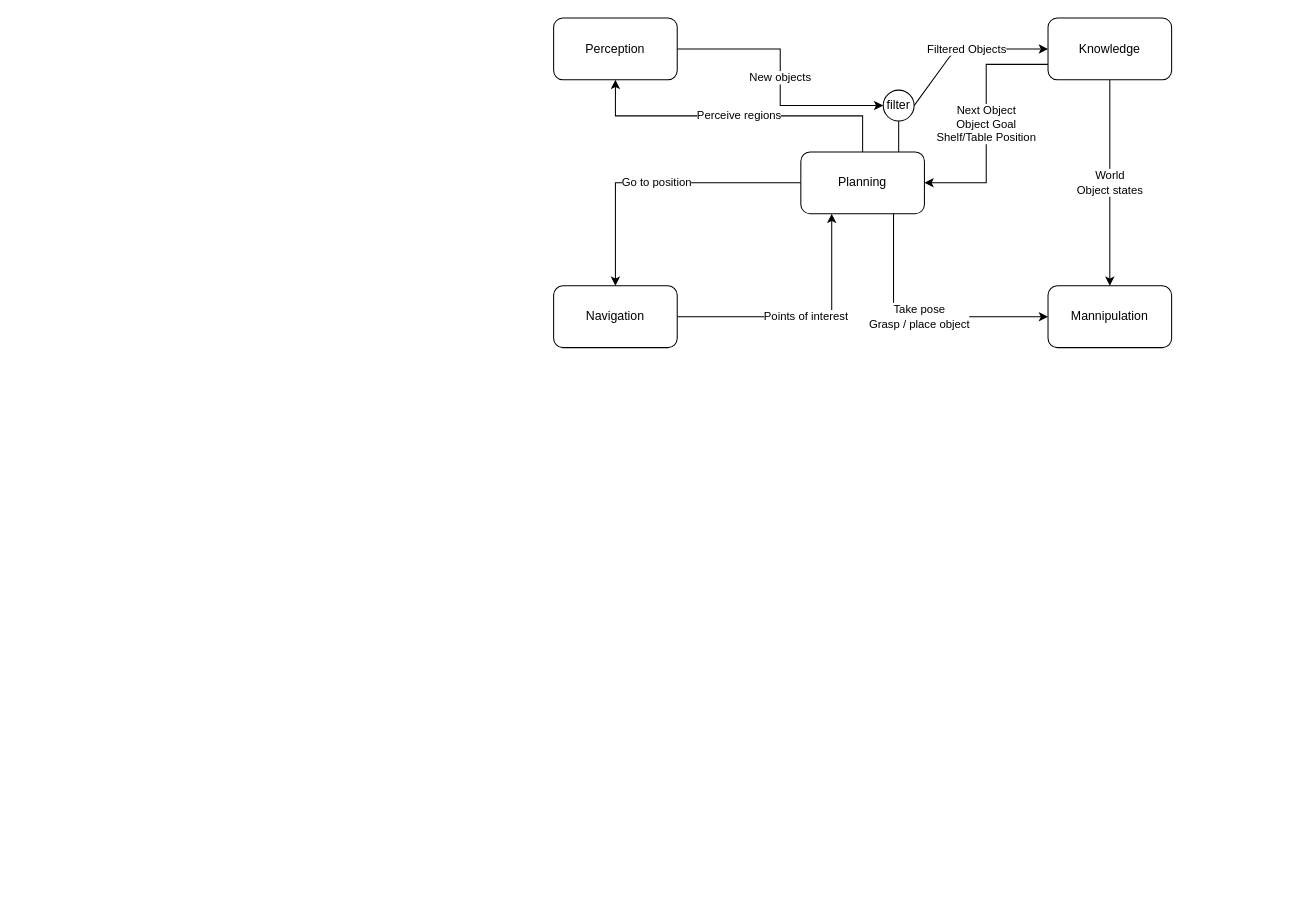
Before: diagramms/Overview.drawio in SUTURO/suturo_resources, a draw.io diagram. Source tidied: cells renumbered, new cells numbered last; positions are measured from the earlier drawing's top-left corner, leaving out a move shared by most shapes. Both pictures are drawn from the tidied source at 103%, with x=0, y=0 at pixel (553, 18).
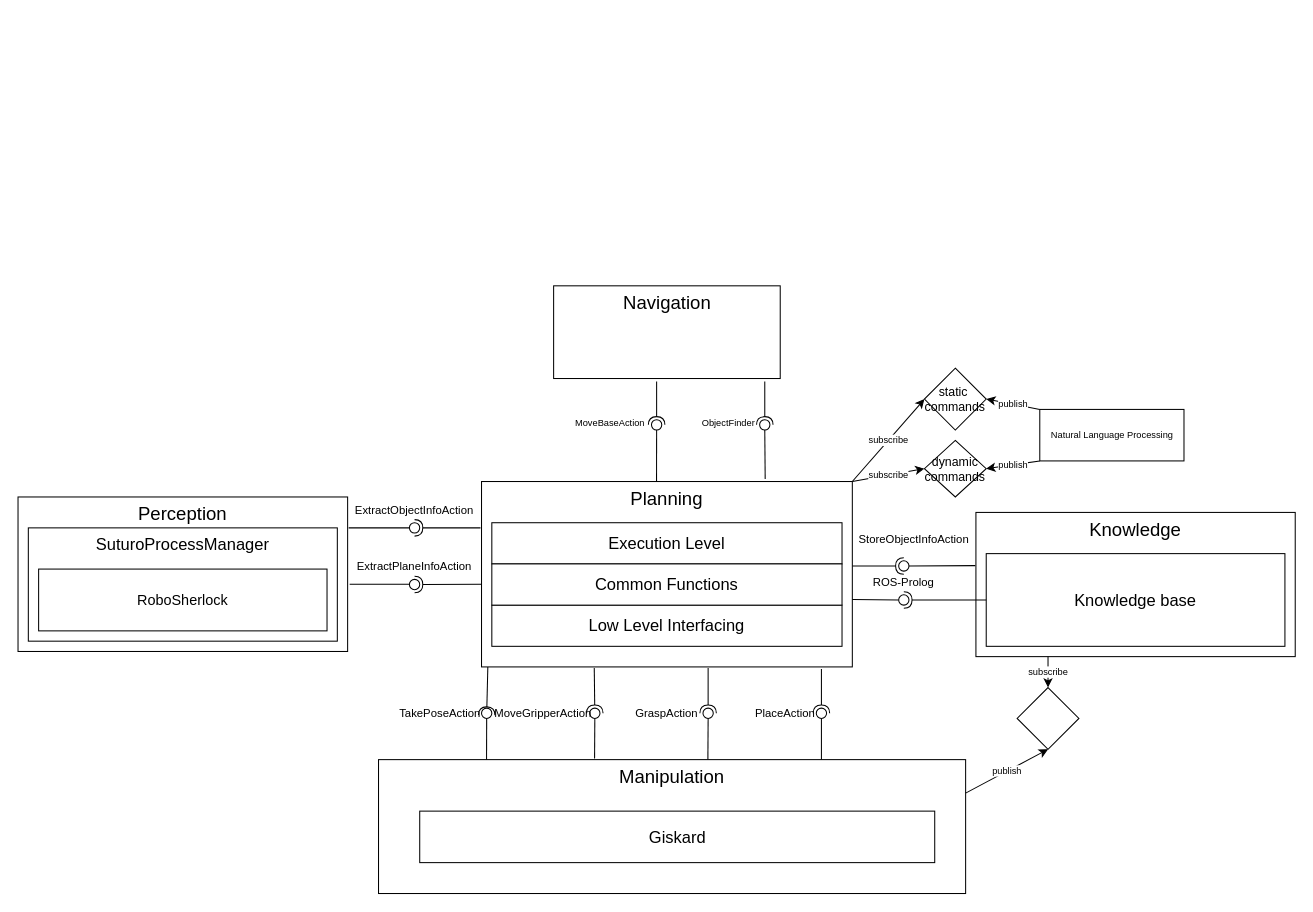
The same diagram, later.

Commit message (it also covers changes not shown here):
modified the architecture diagram, added a diagram for planning function doku

Change to the diagram source:
```diff
@@
-    <mxCell id="2" value="Go to position" style="edgeStyle=orthogonalEdgeStyle;rounded=0;jettySize=auto;html=1;exitX=0;exitY=0.5;exitDx=0;exitDy=0;entryX=0.5;entryY=0;entryDx=0;entryDy=0;" parent="1" edge="1" source="5" target="12">
-      <mxGeometry relative="1" as="geometry" />
-    </mxCell>
-    <mxCell id="3" value="&lt;div&gt;Take pose&lt;br&gt;&lt;/div&gt;&lt;div&gt;Grasp / place object&lt;/div&gt;" style="edgeStyle=orthogonalEdgeStyle;rounded=0;jettySize=auto;html=1;exitX=0.75;exitY=1;exitDx=0;exitDy=0;entryX=0;entryY=0.5;entryDx=0;entryDy=0;" parent="1" edge="1" source="5" target="13">
-      <mxGeometry relative="1" as="geometry" />
-    </mxCell>
-    <mxCell id="4" value="Perceive regions" style="edgeStyle=orthogonalEdgeStyle;rounded=0;jettySize=auto;html=1;exitX=0.5;exitY=0;exitDx=0;exitDy=0;entryX=0.5;entryY=1;entryDx=0;entryDy=0;" parent="1" edge="1" source="5" target="7">
-      <mxGeometry relative="1" as="geometry" />
-    </mxCell>
+    <mxCell id="17" style="group;" parent="1" vertex="1">
+      <mxGeometry x="-70" y="450" width="360" height="180" as="geometry" />
+    </mxCell>
-    <mxCell id="5" value="Planning" style="rounded=1;whiteSpace=wrap;html=1;" parent="1" vertex="1">
-      <mxGeometry x="240" y="130" width="120" height="60" as="geometry" />
+    <mxCell id="5" value="&lt;font style=&quot;font-size: 18px&quot;&gt;Planning&lt;/font&gt;" style="rounded=0;whiteSpace=wrap;html=1;verticalAlign=top;" parent="17" vertex="1">
+      <mxGeometry width="360" height="180" as="geometry" />
     </mxCell>
-    <mxCell id="6" value="New objects" style="edgeStyle=orthogonalEdgeStyle;rounded=0;jettySize=auto;html=1;exitX=1;exitY=0.5;exitDx=0;exitDy=0;entryX=0;entryY=0.5;entryDx=0;entryDy=0;" parent="1" edge="1" source="7" target="14">
-      <mxGeometry relative="1" as="geometry" />
-    </mxCell>
+    <mxCell id="18" value="&lt;font style=&quot;font-size: 16px&quot;&gt;Execution Level&lt;/font&gt;" style="rounded=0;whiteSpace=wrap;html=1;" parent="17" vertex="1">
+      <mxGeometry x="10" y="40" width="340" height="40" as="geometry" />
+    </mxCell>
+    <mxCell id="19" value="&lt;font style=&quot;font-size: 16px&quot;&gt;Low Level Interfacing&lt;/font&gt;" style="rounded=0;whiteSpace=wrap;html=1;" parent="17" vertex="1">
+      <mxGeometry x="10" y="120" width="340" height="40" as="geometry" />
+    </mxCell>
+    <mxCell id="20" value="&lt;font style=&quot;font-size: 16px&quot;&gt;Common Functions&lt;/font&gt;" style="rounded=0;whiteSpace=wrap;html=1;" parent="17" vertex="1">
+      <mxGeometry x="10" y="80" width="340" height="40" as="geometry" />
+    </mxCell>
+    <mxCell id="21" style="group;" parent="1" vertex="1">
+      <mxGeometry x="-520" y="465" width="320" height="150" as="geometry" />
+    </mxCell>
-    <mxCell id="7" value="Perception" style="rounded=1;whiteSpace=wrap;html=1;" parent="1" vertex="1">
-      <mxGeometry width="120" height="60" as="geometry" />
+    <mxCell id="7" value="&lt;font style=&quot;font-size: 18px&quot;&gt;Perception&lt;/font&gt;" style="rounded=0;whiteSpace=wrap;html=1;verticalAlign=top;" parent="21" vertex="1">
+      <mxGeometry width="320" height="150" as="geometry" />
     </mxCell>
-    <mxCell id="8" value="&lt;div&gt;World&lt;br&gt;&lt;/div&gt;&lt;div&gt;Object states&lt;/div&gt;" style="edgeStyle=orthogonalEdgeStyle;rounded=0;jettySize=auto;html=1;exitX=0.5;exitY=1;exitDx=0;exitDy=0;entryX=0.5;entryY=0;entryDx=0;entryDy=0;" parent="1" edge="1" source="10" target="13">
-      <mxGeometry relative="1" as="geometry" />
-    </mxCell>
-    <mxCell id="9" value="&lt;div&gt;Next Object&lt;/div&gt;&lt;div&gt;Object Goal&lt;br&gt;&lt;/div&gt;&lt;div&gt;Shelf/Table Position&lt;/div&gt;" style="edgeStyle=orthogonalEdgeStyle;rounded=0;jettySize=auto;html=1;exitX=0;exitY=0.75;exitDx=0;exitDy=0;entryX=1;entryY=0.5;entryDx=0;entryDy=0;" parent="1" edge="1" source="10" target="5">
-      <mxGeometry relative="1" as="geometry" />
-    </mxCell>
+    <mxCell id="22" value="&lt;font style=&quot;font-size: 16px&quot;&gt;SuturoProcessManager&lt;/font&gt;" style="rounded=0;whiteSpace=wrap;html=1;verticalAlign=top;" parent="21" vertex="1">
+      <mxGeometry x="10" y="30" width="300" height="110" as="geometry" />
+    </mxCell>
+    <mxCell id="23" value="&lt;font style=&quot;font-size: 14px&quot;&gt;RoboSherlock&lt;/font&gt;" style="rounded=0;whiteSpace=wrap;html=1;" parent="21" vertex="1">
+      <mxGeometry x="20" y="70" width="280" height="60" as="geometry" />
+    </mxCell>
+    <mxCell id="24" style="group;" parent="1" vertex="1">
+      <mxGeometry x="410" y="480" width="310" height="150" as="geometry" />
+    </mxCell>
-    <mxCell id="10" value="Knowledge" style="rounded=1;whiteSpace=wrap;html=1;" parent="1" vertex="1">
-      <mxGeometry x="480" width="120" height="60" as="geometry" />
+    <mxCell id="10" value="&lt;font style=&quot;font-size: 18px&quot;&gt;Knowledge&lt;/font&gt;" style="rounded=0;whiteSpace=wrap;html=1;verticalAlign=top;" parent="24" vertex="1">
+      <mxGeometry width="310" height="140" as="geometry" />
     </mxCell>
-    <mxCell id="11" value="Points of interest" style="edgeStyle=orthogonalEdgeStyle;rounded=0;jettySize=auto;html=1;exitX=1;exitY=0.5;exitDx=0;exitDy=0;entryX=0.25;entryY=1;entryDx=0;entryDy=0;" parent="1" edge="1" source="12" target="5">
-      <mxGeometry relative="1" as="geometry" />
-    </mxCell>
+    <mxCell id="25" value="&lt;font style=&quot;font-size: 16px&quot;&gt;Knowledge base&lt;/font&gt;" style="rounded=0;whiteSpace=wrap;html=1;" parent="24" vertex="1">
+      <mxGeometry x="10" y="40" width="290" height="90" as="geometry" />
+    </mxCell>
+    <mxCell id="26" style="rounded=0;jettySize=auto;html=1;endArrow=none;endFill=0;" parent="1" edge="1" target="28">
+      <mxGeometry relative="1" as="geometry">
+        <mxPoint x="-199" y="495" as="sourcePoint" />
+      </mxGeometry>
+    </mxCell>
+    <mxCell id="27" style="rounded=0;jettySize=auto;html=1;endArrow=halfCircle;endFill=0;entryX=0.5;entryY=0.5;entryDx=0;entryDy=0;endSize=6;strokeWidth=1;" parent="1" edge="1" target="28">
+      <mxGeometry relative="1" as="geometry">
+        <mxPoint x="-71" y="495" as="sourcePoint" />
+      </mxGeometry>
+    </mxCell>
+    <mxCell id="28" style="ellipse;whiteSpace=wrap;html=1;fontFamily=Helvetica;fontSize=12;fontColor=#000000;align=center;strokeColor=#000000;fillColor=#ffffff;points=[];" parent="1" vertex="1">
+      <mxGeometry x="-140" y="490" width="10" height="10" as="geometry" />
+    </mxCell>
+    <mxCell id="29" style="rounded=0;orthogonalLoop=1;jettySize=auto;html=1;endArrow=none;endFill=0;" parent="1" edge="1">
+      <mxGeometry relative="1" as="geometry">
+        <mxPoint x="-198" y="549.8" as="sourcePoint" />
+        <mxPoint x="-139" y="549.8" as="targetPoint" />
+      </mxGeometry>
+    </mxCell>
+    <mxCell id="30" style="ellipse;whiteSpace=wrap;html=1;fontFamily=Helvetica;fontSize=12;fontColor=#000000;align=center;strokeColor=#000000;fillColor=#ffffff;points=[];" parent="1" vertex="1">
+      <mxGeometry x="-140" y="545" width="10" height="10" as="geometry" />
+    </mxCell>
+    <mxCell id="31" style="rounded=0;jettySize=auto;html=1;endArrow=halfCircle;endFill=0;entryX=0.5;entryY=0.5;entryDx=0;entryDy=0;endSize=6;strokeWidth=1;" parent="1" edge="1" target="30">
+      <mxGeometry relative="1" as="geometry">
+        <mxPoint x="-70" y="549.8" as="sourcePoint" />
+      </mxGeometry>
+    </mxCell>
+    <mxCell id="32" value="ExtractObjectInfoAction" style="text;align=center;fontStyle=0;verticalAlign=middle;spacingLeft=3;spacingRight=3;strokeColor=none;fontSize=11;" parent="1" vertex="1">
+      <mxGeometry x="-175" y="465" width="80" height="26" as="geometry" />
+    </mxCell>
+    <mxCell id="33" value="ExtractPlaneInfoAction" style="text;align=center;fontStyle=0;verticalAlign=middle;spacingLeft=3;spacingRight=3;strokeColor=none;fontSize=11;" parent="1" vertex="1">
+      <mxGeometry x="-175" y="519" width="80" height="26" as="geometry" />
+    </mxCell>
+    <mxCell id="34" style="rounded=0;jettySize=auto;html=1;endArrow=none;endFill=0;fontSize=10;exitX=-0.002;exitY=0.369;exitDx=0;exitDy=0;exitPerimeter=0;" parent="1" edge="1" source="10" target="36">
+      <mxGeometry relative="1" as="geometry" />
+    </mxCell>
+    <mxCell id="35" style="rounded=0;jettySize=auto;html=1;endArrow=halfCircle;endFill=0;entryX=0.5;entryY=0.5;entryDx=0;entryDy=0;endSize=6;strokeWidth=1;fontSize=10;" parent="1" edge="1" target="36">
+      <mxGeometry relative="1" as="geometry">
+        <mxPoint x="290" y="532" as="sourcePoint" />
+      </mxGeometry>
+    </mxCell>
+    <mxCell id="36" style="ellipse;whiteSpace=wrap;html=1;fontFamily=Helvetica;fontSize=12;fontColor=#000000;align=center;strokeColor=#000000;fillColor=#ffffff;points=[];" parent="1" vertex="1">
+      <mxGeometry x="335" y="527" width="10" height="10" as="geometry" />
+    </mxCell>
+    <mxCell id="37" value="StoreObjectInfoAction" style="text;align=center;fontStyle=0;verticalAlign=middle;spacingLeft=3;spacingRight=3;strokeColor=none;fontSize=11;" parent="1" vertex="1">
+      <mxGeometry x="310" y="493" width="80" height="26" as="geometry" />
+    </mxCell>
+    <mxCell id="38" style="rounded=0;jettySize=auto;html=1;endArrow=none;endFill=0;fontSize=9;exitX=1;exitY=0.636;exitDx=0;exitDy=0;exitPerimeter=0;" parent="1" edge="1" source="5" target="40">
+      <mxGeometry relative="1" as="geometry" />
+    </mxCell>
+    <mxCell id="39" style="rounded=0;jettySize=auto;html=1;endArrow=halfCircle;endFill=0;entryX=0.5;entryY=0.5;entryDx=0;entryDy=0;endSize=6;strokeWidth=1;fontSize=9;exitX=0;exitY=0.5;exitDx=0;exitDy=0;" parent="1" edge="1" source="25" target="40">
+      <mxGeometry relative="1" as="geometry" />
+    </mxCell>
+    <mxCell id="40" style="ellipse;whiteSpace=wrap;html=1;fontFamily=Helvetica;fontSize=12;fontColor=#000000;align=center;strokeColor=#000000;fillColor=#ffffff;points=[];" parent="1" vertex="1">
+      <mxGeometry x="335" y="560" width="10" height="10" as="geometry" />
+    </mxCell>
+    <mxCell id="41" value="ROS-Prolog" style="text;align=center;fontStyle=0;verticalAlign=middle;spacingLeft=3;spacingRight=3;strokeColor=none;fontSize=11;" parent="1" vertex="1">
+      <mxGeometry x="300" y="534" width="80" height="26" as="geometry" />
+    </mxCell>
+    <mxCell id="42" value="Natural Language Processing" style="html=1;fontSize=9;" parent="1" vertex="1">
+      <mxGeometry x="472" y="380" width="140" height="50" as="geometry" />
+    </mxCell>
+    <mxCell id="43" value="static&amp;nbsp;&lt;br style=&quot;font-size: 12px;&quot;&gt;commands" style="rhombus;whiteSpace=wrap;html=1;fontSize=12;" parent="1" vertex="1">
+      <mxGeometry x="360" y="340" width="60" height="60" as="geometry" />
+    </mxCell>
+    <mxCell id="44" value="dynamic commands" style="rhombus;whiteSpace=wrap;html=1;fontSize=12;" parent="1" vertex="1">
+      <mxGeometry x="360" y="410" width="60" height="55" as="geometry" />
+    </mxCell>
+    <mxCell id="45" value="publish" style="endArrow=classic;html=1;fontSize=9;entryX=1;entryY=0.5;entryDx=0;entryDy=0;exitX=0;exitY=0;exitDx=0;exitDy=0;" parent="1" edge="1" source="42" target="43">
+      <mxGeometry relative="1" as="geometry" />
+    </mxCell>
+    <mxCell id="46" value="publish" style="endArrow=classic;html=1;fontSize=9;entryX=1;entryY=0.5;entryDx=0;entryDy=0;exitX=0;exitY=1;exitDx=0;exitDy=0;" parent="1" edge="1" source="42" target="44">
+      <mxGeometry relative="1" as="geometry" />
+    </mxCell>
+    <mxCell id="47" value="subscribe" style="endArrow=classic;html=1;fontSize=9;entryX=0;entryY=0.5;entryDx=0;entryDy=0;exitX=1;exitY=0;exitDx=0;exitDy=0;" parent="1" edge="1" source="5" target="43">
+      <mxGeometry relative="1" as="geometry" />
+    </mxCell>
+    <mxCell id="48" value="subscribe" style="endArrow=classic;html=1;fontSize=9;entryX=0;entryY=0.5;entryDx=0;entryDy=0;exitX=1;exitY=0;exitDx=0;exitDy=0;" parent="1" edge="1" source="5" target="44">
+      <mxGeometry relative="1" as="geometry" />
+    </mxCell>
+    <mxCell id="49" style="rounded=0;jettySize=auto;html=1;endArrow=none;endFill=0;fontSize=12;exitX=0.184;exitY=0.011;exitDx=0;exitDy=0;exitPerimeter=0;" parent="1" edge="1" source="66" target="51">
+      <mxGeometry relative="1" as="geometry" />
+    </mxCell>
+    <mxCell id="50" style="rounded=0;jettySize=auto;html=1;endArrow=halfCircle;endFill=0;endSize=6;strokeWidth=1;fontSize=12;exitX=0.017;exitY=1.001;exitDx=0;exitDy=0;exitPerimeter=0;" parent="1" edge="1" source="5">
+      <mxGeometry relative="1" as="geometry">
+        <mxPoint x="-65" y="676.8" as="targetPoint" />
+      </mxGeometry>
+    </mxCell>
+    <mxCell id="51" style="ellipse;whiteSpace=wrap;html=1;fontFamily=Helvetica;fontSize=12;fontColor=#000000;align=center;strokeColor=#000000;fillColor=#ffffff;points=[];" parent="1" vertex="1">
+      <mxGeometry x="-70" y="670" width="10" height="10" as="geometry" />
+    </mxCell>
+    <mxCell id="52" style="rounded=0;jettySize=auto;html=1;endArrow=none;endFill=0;fontSize=12;exitX=0.368;exitY=-0.008;exitDx=0;exitDy=0;exitPerimeter=0;" parent="1" edge="1" source="66" target="54">
+      <mxGeometry relative="1" as="geometry" />
+    </mxCell>
+    <mxCell id="53" style="rounded=0;jettySize=auto;html=1;endArrow=halfCircle;endFill=0;entryX=0.5;entryY=0.5;entryDx=0;entryDy=0;endSize=6;strokeWidth=1;fontSize=12;exitX=0.304;exitY=1.006;exitDx=0;exitDy=0;exitPerimeter=0;" parent="1" edge="1" source="5" target="54">
+      <mxGeometry relative="1" as="geometry" />
+    </mxCell>
+    <mxCell id="54" style="ellipse;whiteSpace=wrap;html=1;fontFamily=Helvetica;fontSize=12;fontColor=#000000;align=center;strokeColor=#000000;fillColor=#ffffff;points=[];" parent="1" vertex="1">
+      <mxGeometry x="35" y="670" width="10" height="10" as="geometry" />
+    </mxCell>
+    <mxCell id="55" style="rounded=0;jettySize=auto;html=1;endArrow=none;endFill=0;fontSize=12;exitX=0.561;exitY=0;exitDx=0;exitDy=0;exitPerimeter=0;" parent="1" edge="1" source="66" target="57">
+      <mxGeometry relative="1" as="geometry" />
+    </mxCell>
+    <mxCell id="56" style="rounded=0;jettySize=auto;html=1;endArrow=halfCircle;endFill=0;entryX=0.5;entryY=0.5;entryDx=0;entryDy=0;endSize=6;strokeWidth=1;fontSize=12;" parent="1" edge="1" target="57">
+      <mxGeometry relative="1" as="geometry">
+        <mxPoint x="150" y="631" as="sourcePoint" />
+      </mxGeometry>
+    </mxCell>
+    <mxCell id="57" style="ellipse;whiteSpace=wrap;html=1;fontFamily=Helvetica;fontSize=12;fontColor=#000000;align=center;strokeColor=#000000;fillColor=#ffffff;points=[];" parent="1" vertex="1">
+      <mxGeometry x="145" y="670" width="10" height="10" as="geometry" />
+    </mxCell>
+    <mxCell id="58" style="rounded=0;jettySize=auto;html=1;endArrow=none;endFill=0;fontSize=12;" parent="1" edge="1" target="60">
+      <mxGeometry relative="1" as="geometry">
+        <mxPoint x="260" y="721" as="sourcePoint" />
+      </mxGeometry>
+    </mxCell>
+    <mxCell id="59" style="rounded=0;jettySize=auto;html=1;endArrow=halfCircle;endFill=0;entryX=0.5;entryY=0.5;entryDx=0;entryDy=0;endSize=6;strokeWidth=1;fontSize=12;" parent="1" edge="1" target="60">
+      <mxGeometry relative="1" as="geometry">
+        <mxPoint x="260" y="632" as="sourcePoint" />
+      </mxGeometry>
+    </mxCell>
+    <mxCell id="60" style="ellipse;whiteSpace=wrap;html=1;fontFamily=Helvetica;fontSize=12;fontColor=#000000;align=center;strokeColor=#000000;fillColor=#ffffff;points=[];" parent="1" vertex="1">
+      <mxGeometry x="255" y="670" width="10" height="10" as="geometry" />
+    </mxCell>
+    <mxCell id="61" value="TakePoseAction" style="text;align=center;fontStyle=0;verticalAlign=middle;spacingLeft=3;spacingRight=3;strokeColor=none;fontSize=11;" parent="1" vertex="1">
+      <mxGeometry x="-150" y="662" width="80" height="26" as="geometry" />
+    </mxCell>
+    <mxCell id="62" value="MoveGripperAction" style="text;align=center;fontStyle=0;verticalAlign=middle;spacingLeft=3;spacingRight=3;strokeColor=none;fontSize=11;" parent="1" vertex="1">
+      <mxGeometry x="-50" y="662" width="80" height="26" as="geometry" />
+    </mxCell>
+    <mxCell id="63" value="GraspAction" style="text;align=center;fontStyle=0;verticalAlign=middle;spacingLeft=3;spacingRight=3;strokeColor=none;fontSize=11;" parent="1" vertex="1">
+      <mxGeometry x="70" y="662" width="80" height="26" as="geometry" />
+    </mxCell>
+    <mxCell id="64" value="PlaceAction" style="text;align=center;fontStyle=0;verticalAlign=middle;spacingLeft=3;spacingRight=3;strokeColor=none;fontSize=11;" parent="1" vertex="1">
+      <mxGeometry x="185" y="662" width="80" height="26" as="geometry" />
+    </mxCell>
+    <mxCell id="65" style="group;" parent="1" vertex="1">
+      <mxGeometry x="-170" y="720" width="570" height="130" as="geometry" />
+    </mxCell>
+    <mxCell id="66" value="&lt;font style=&quot;font-size: 18px&quot;&gt;Manipulation&lt;/font&gt;" style="rounded=0;whiteSpace=wrap;html=1;fontSize=12;verticalAlign=top;" parent="65" vertex="1">
+      <mxGeometry width="570" height="130" as="geometry" />
+    </mxCell>
+    <mxCell id="67" value="&lt;font style=&quot;font-size: 16px&quot;&gt;Giskard&lt;/font&gt;" style="html=1;fontSize=12;" parent="65" vertex="1">
+      <mxGeometry x="40" y="50" width="500" height="50" as="geometry" />
+    </mxCell>
-    <mxCell id="12" value="Navigation" style="rounded=1;whiteSpace=wrap;html=1;" parent="1" vertex="1">
-      <mxGeometry y="260" width="120" height="60" as="geometry" />
+    <mxCell id="12" value="&lt;font style=&quot;font-size: 18px&quot;&gt;Navigation&lt;/font&gt;" style="html=1;fontSize=12;verticalAlign=top;" parent="1" vertex="1">
+      <mxGeometry y="260" width="220" height="90" as="geometry" />
     </mxCell>
-    <mxCell id="13" value="Mannipulation" style="rounded=1;whiteSpace=wrap;html=1;" parent="1" vertex="1">
-      <mxGeometry x="480" y="260" width="120" height="60" as="geometry" />
-    </mxCell>
-    <mxCell id="14" value="filter" style="ellipse;whiteSpace=wrap;html=1;" parent="1" vertex="1">
-      <mxGeometry x="320" y="70" width="30" height="30" as="geometry" />
-    </mxCell>
-    <mxCell id="15" style="endArrow=none;html=1;entryX=0.5;entryY=1;entryDx=0;entryDy=0;" parent="1" edge="1" target="14">
-      <mxGeometry relative="1" as="geometry">
-        <mxPoint x="335" y="130" as="sourcePoint" />
-      </mxGeometry>
-    </mxCell>
-    <mxCell id="16" value="Filtered Objects" style="endArrow=classic;html=1;exitX=1;exitY=0.5;exitDx=0;exitDy=0;entryX=0;entryY=0.5;entryDx=0;entryDy=0;" parent="1" edge="1" source="14" target="10">
-      <mxGeometry relative="1" as="geometry">
-        <Array as="points">
-          <mxPoint x="390" y="30" />
-        </Array>
-      </mxGeometry>
-    </mxCell>
+    <mxCell id="68" style="rounded=0;jettySize=auto;html=1;endArrow=none;endFill=0;fontSize=12;exitX=0.472;exitY=0;exitDx=0;exitDy=0;exitPerimeter=0;" parent="1" edge="1" source="5" target="70">
+      <mxGeometry relative="1" as="geometry" />
+    </mxCell>
+    <mxCell id="69" style="rounded=0;jettySize=auto;html=1;endArrow=halfCircle;endFill=0;entryX=0.5;entryY=0.5;entryDx=0;entryDy=0;endSize=6;strokeWidth=1;fontSize=12;" parent="1" edge="1" target="70">
+      <mxGeometry relative="1" as="geometry">
+        <mxPoint x="100" y="353" as="sourcePoint" />
+      </mxGeometry>
+    </mxCell>
+    <mxCell id="70" style="ellipse;whiteSpace=wrap;html=1;fontFamily=Helvetica;fontSize=12;fontColor=#000000;align=center;strokeColor=#000000;fillColor=#ffffff;points=[];" parent="1" vertex="1">
+      <mxGeometry x="95" y="390" width="10" height="10" as="geometry" />
+    </mxCell>
+    <mxCell id="71" value="MoveBaseAction" style="text;align=center;fontStyle=0;verticalAlign=middle;spacingLeft=3;spacingRight=3;strokeColor=none;fontSize=9;" parent="1" vertex="1">
+      <mxGeometry x="15" y="380" width="80" height="26" as="geometry" />
+    </mxCell>
+    <mxCell id="72" style="rounded=0;jettySize=auto;html=1;endArrow=none;endFill=0;fontSize=12;exitX=0.765;exitY=-0.013;exitDx=0;exitDy=0;exitPerimeter=0;" parent="1" edge="1" source="5" target="74">
+      <mxGeometry relative="1" as="geometry" />
+    </mxCell>
+    <mxCell id="73" style="rounded=0;jettySize=auto;html=1;endArrow=halfCircle;endFill=0;entryX=0.5;entryY=0.5;entryDx=0;entryDy=0;endSize=6;strokeWidth=1;fontSize=12;" parent="1" edge="1" target="74">
+      <mxGeometry relative="1" as="geometry">
+        <mxPoint x="205" y="353" as="sourcePoint" />
+      </mxGeometry>
+    </mxCell>
+    <mxCell id="74" style="ellipse;whiteSpace=wrap;html=1;fontFamily=Helvetica;fontSize=12;fontColor=#000000;align=center;strokeColor=#000000;fillColor=#ffffff;points=[];" parent="1" vertex="1">
+      <mxGeometry x="200" y="390" width="10" height="10" as="geometry" />
+    </mxCell>
+    <mxCell id="75" value="ObjectFinder" style="text;align=center;fontStyle=0;verticalAlign=middle;spacingLeft=3;spacingRight=3;strokeColor=none;fontSize=9;" parent="1" vertex="1">
+      <mxGeometry x="130" y="380" width="80" height="26" as="geometry" />
+    </mxCell>
+    <mxCell id="76" style="rhombus;whiteSpace=wrap;html=1;fontSize=9;" parent="1" vertex="1">
+      <mxGeometry x="450" y="650" width="60" height="60" as="geometry" />
+    </mxCell>
+    <mxCell id="77" value="subscribe" style="endArrow=classic;html=1;fontSize=9;entryX=0.5;entryY=0;entryDx=0;entryDy=0;" parent="1" edge="1" target="76">
+      <mxGeometry relative="1" as="geometry">
+        <mxPoint x="480" y="620" as="sourcePoint" />
+      </mxGeometry>
+    </mxCell>
+    <mxCell id="78" value="publish" style="endArrow=classic;html=1;fontSize=9;entryX=0.5;entryY=1;entryDx=0;entryDy=0;exitX=1;exitY=0.25;exitDx=0;exitDy=0;" parent="1" edge="1" source="66" target="76">
+      <mxGeometry relative="1" as="geometry" />
+    </mxCell>
```
